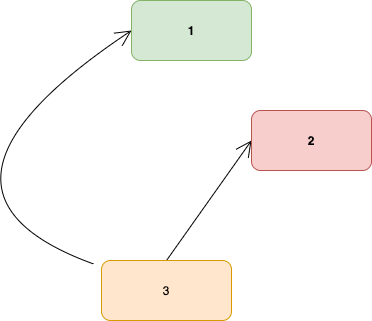
philip-gai/github-drawio-demo keeps this draw.io diagram as Test Embedding.drawio.png. Above is the earlier version. Source tidied: cells renumbered, new cells last; positions are measured from the earlier drawing's top-left corner, leaving out a move shared by most shapes.
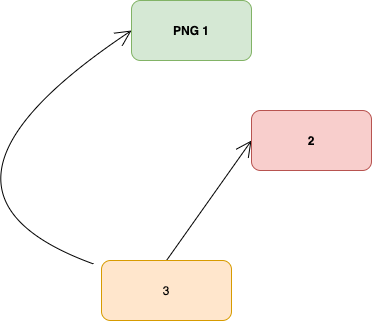
After the change.

The edit, as a diff of the source:
```diff
@@ -2,7 +2,7 @@
   <root>
     <mxCell id="0" />
     <mxCell id="1" parent="0" />
-    <mxCell id="2" value="1" style="rounded=1;whiteSpace=wrap;html=1;fillColor=#d5e8d4;strokeColor=#82b366;fontStyle=1;" parent="1" vertex="1">
+    <mxCell id="2" value="PNG 1" style="rounded=1;whiteSpace=wrap;html=1;fillColor=#d5e8d4;strokeColor=#82b366;fontStyle=1;" parent="1" vertex="1">
       <mxGeometry x="240" width="120" height="60" as="geometry" />
     </mxCell>
     <mxCell id="3" style="edgeStyle=none;jettySize=auto;html=1;entryX=0;entryY=0.5;entryDx=0;entryDy=0;endArrow=open;startSize=14;endSize=14;sourcePerimeterSpacing=8;targetPerimeterSpacing=8;exitX=0.5;exitY=0;exitDx=0;exitDy=0;strokeColor=default;curved=1;" parent="1" edge="1" source="5" target="6">
```
